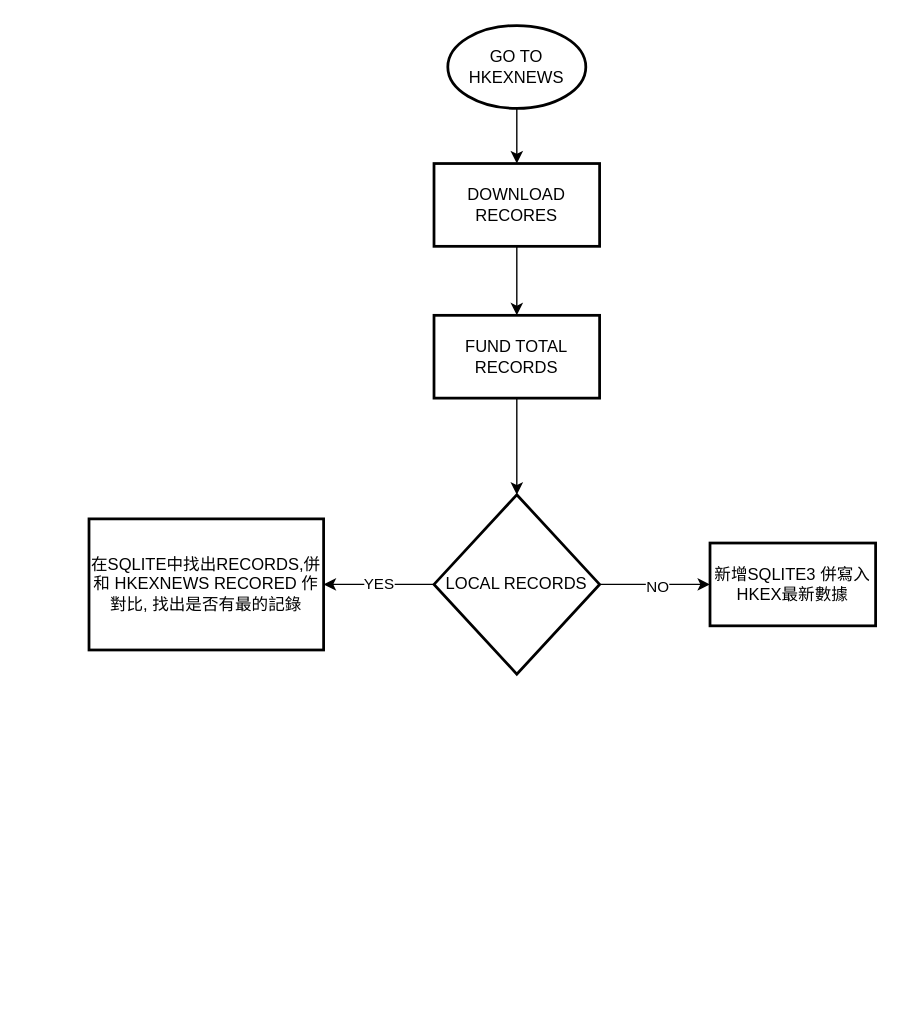
hkcto/hkxnews-V1 keeps this draw.io diagram as HKEXNEWS.drawio. Above is the earlier version. Source tidied: cells renumbered, new cells numbered last; positions are measured from the earlier drawing's top-left corner, leaving out a move shared by most shapes. Both pictures are drawn from the tidied source at 138%, with x=0, y=0 at pixel (88, 25).
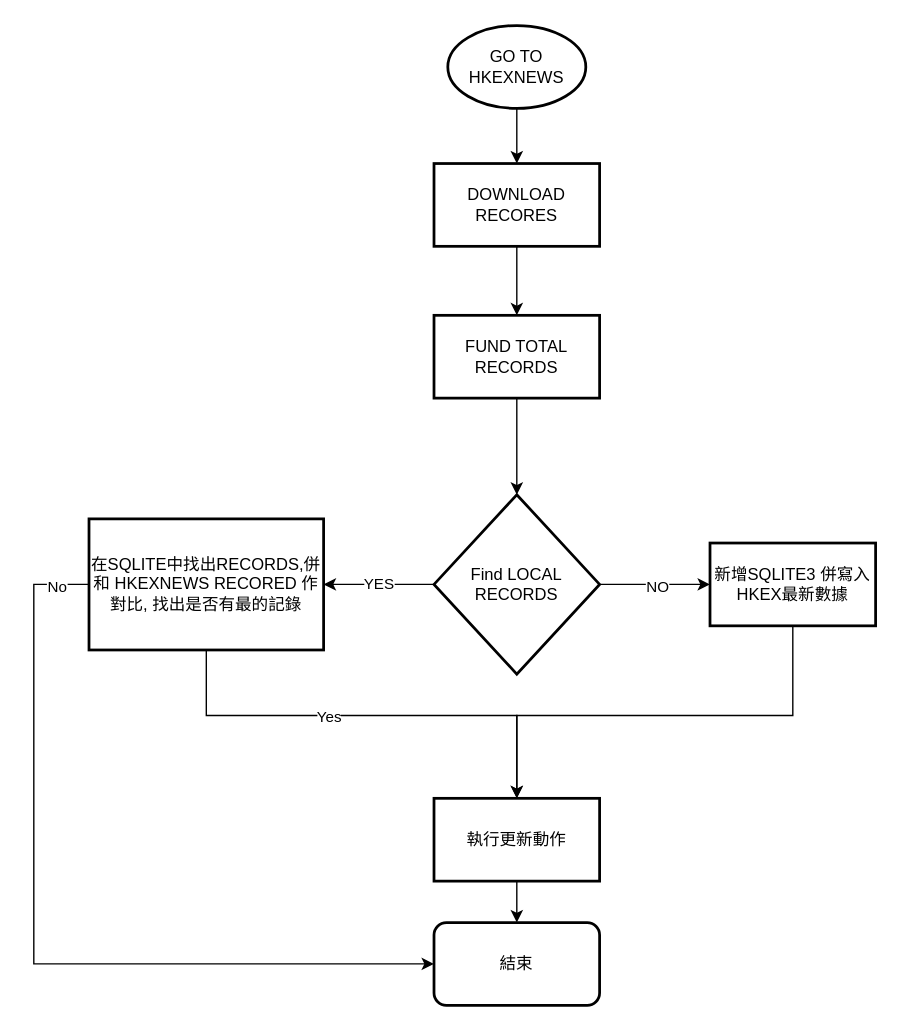
After the change.

The change refers to these unchanged cells:
```xml
<mxCell id="13" value="新增SQLITE3 併寫入HKEX最新數據" style="whiteSpace=wrap;html=1;strokeWidth=2;" parent="1" vertex="1">
  <mxGeometry x="450" y="375" width="120" height="60" as="geometry" />
</mxCell>
<mxCell id="14" value="在SQLITE中找出RECORDS,併和 HKEXNEWS RECORED 作對比, 找出是否有最的記錄" style="whiteSpace=wrap;html=1;strokeWidth=2;" parent="1" vertex="1">
  <mxGeometry y="357.5" width="170" height="95" as="geometry" />
</mxCell>
```

Change to the diagram source:
```diff
@@
-    <mxCell id="12" value="LOCAL RECORDS" style="rhombus;whiteSpace=wrap;html=1;strokeWidth=2;" parent="1" vertex="1">
+    <mxCell id="12" value="Find LOCAL RECORDS" style="rhombus;whiteSpace=wrap;html=1;strokeWidth=2;" parent="1" vertex="1">
       <mxGeometry x="250" y="340" width="120" height="130" as="geometry" />
     </mxCell>
@@
+    <mxCell id="15" style="edgeStyle=orthogonalEdgeStyle;rounded=0;jettySize=auto;html=1;" parent="1" edge="1" source="14" target="19">
+      <mxGeometry relative="1" as="geometry">
+        <Array as="points">
+          <mxPoint x="85" y="500" />
+          <mxPoint x="310" y="500" />
+        </Array>
+      </mxGeometry>
+    </mxCell>
+    <mxCell id="16" value="Yes" style="edgeLabel;html=1;align=center;verticalAlign=middle;" parent="15" vertex="1">
+      <mxGeometry x="-0.18" relative="1" as="geometry" />
+    </mxCell>
@@
+    <mxCell id="17" value="結束" style="rounded=1;whiteSpace=wrap;html=1;strokeWidth=2;" parent="1" vertex="1">
+      <mxGeometry x="250" y="650" width="120" height="60" as="geometry" />
+    </mxCell>
+    <mxCell id="18" style="edgeStyle=orthogonalEdgeStyle;rounded=0;jettySize=auto;html=1;" parent="1" edge="1" source="19" target="17">
+      <mxGeometry relative="1" as="geometry" />
+    </mxCell>
+    <mxCell id="19" value="執行更新動作" style="whiteSpace=wrap;html=1;strokeWidth=2;" parent="1" vertex="1">
+      <mxGeometry x="250" y="560" width="120" height="60" as="geometry" />
+    </mxCell>
+    <mxCell id="20" style="endArrow=classic;html=1;rounded=0;entryX=0.5;entryY=0;entryDx=0;entryDy=0;exitX=0.5;exitY=1;exitDx=0;exitDy=0;edgeStyle=elbowEdgeStyle;elbow=vertical;" parent="1" edge="1" source="13" target="19">
+      <mxGeometry relative="1" as="geometry">
+        <Array as="points">
+          <mxPoint x="410" y="500" />
+        </Array>
+      </mxGeometry>
+    </mxCell>
+    <mxCell id="21" style="endArrow=classic;html=1;rounded=0;exitX=0;exitY=0.5;exitDx=0;exitDy=0;entryX=0;entryY=0.5;entryDx=0;entryDy=0;edgeStyle=elbowEdgeStyle;" parent="1" edge="1" source="14" target="17">
+      <mxGeometry relative="1" as="geometry">
+        <Array as="points">
+          <mxPoint x="-40" y="530" />
+        </Array>
+      </mxGeometry>
+    </mxCell>
+    <mxCell id="22" value="No" style="edgeLabel;html=1;align=center;verticalAlign=middle;" parent="21" vertex="1">
+      <mxGeometry x="-0.92" y="1" relative="1" as="geometry" />
+    </mxCell>
```
